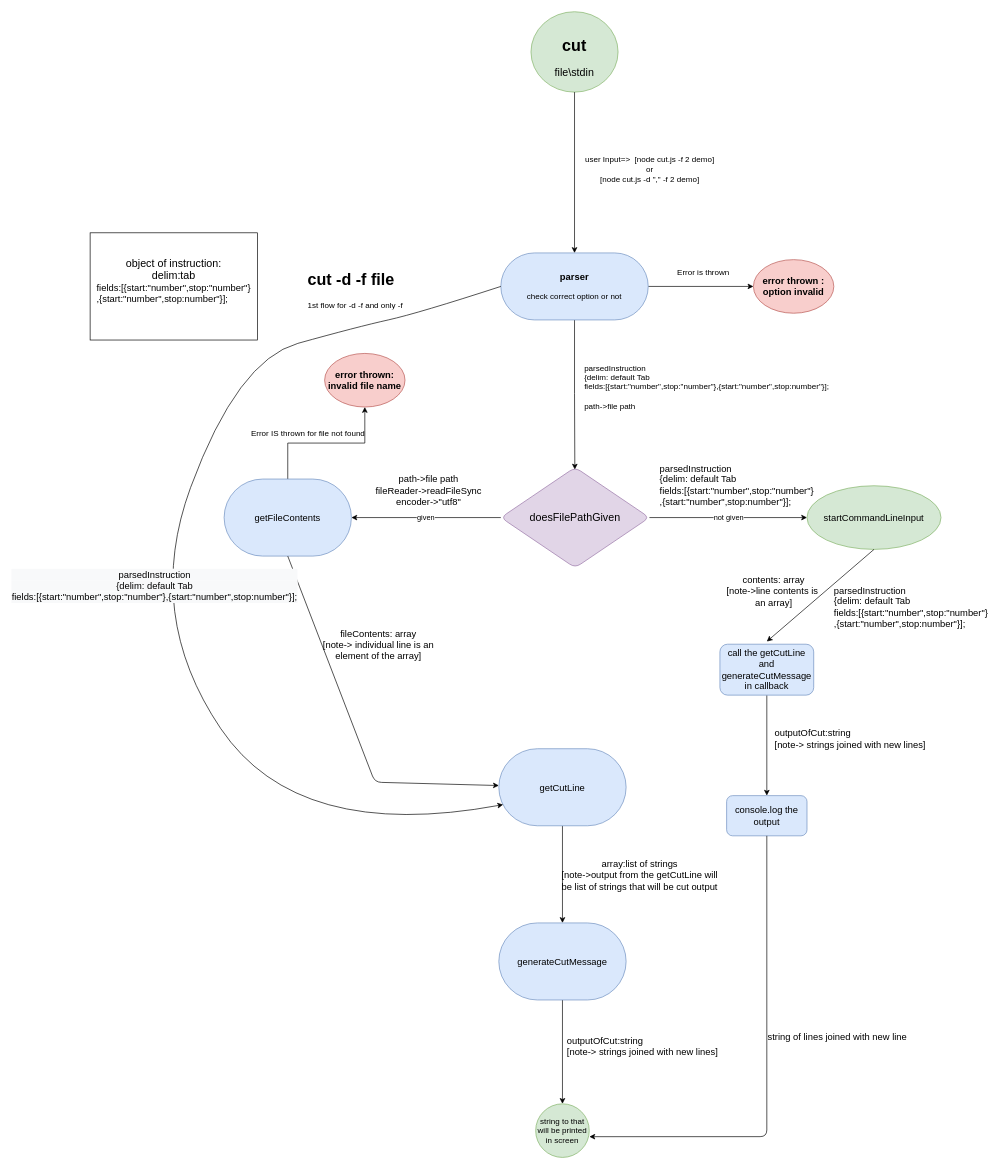
step-batch-7/jsTools-unphydra keeps this draw.io diagram as docs/Untitled Diagram.drawio. Above is the earlier version. Source tidied: cells renumbered, new cells numbered last; positions are measured from the earlier drawing's top-left corner, leaving out a move shared by most shapes. Both pictures are drawn from the tidied source at 67%, with x=0, y=0 at pixel (90, 11).
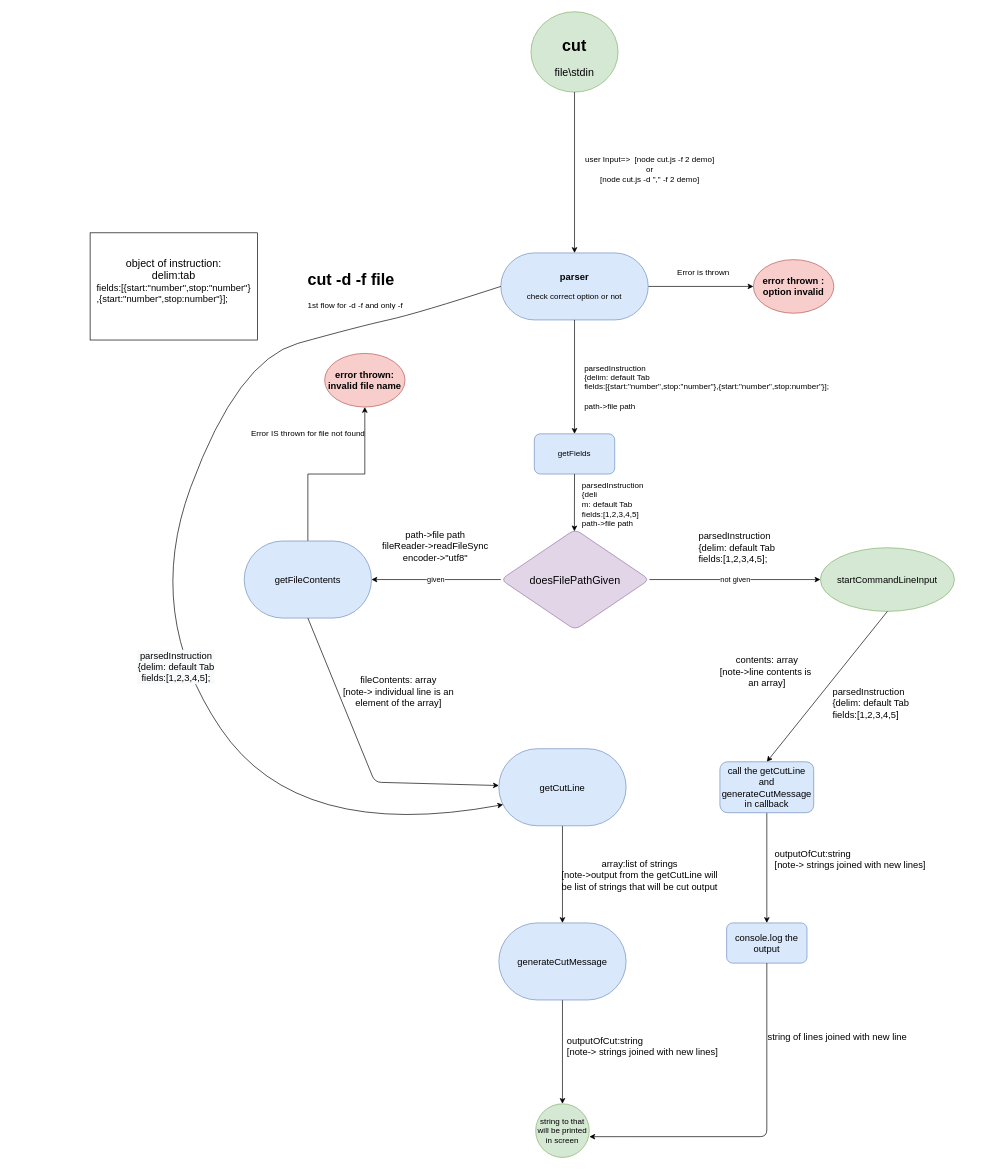
After the change.

Commit message (it also covers changes not shown here):
todo is added for the plan, png for xmind and draw.io are also added

Unchanged cells that the change refers to:
```xml
<mxCell id="5" value="&lt;h3&gt;parser&lt;/h3&gt;&lt;div&gt;check correct option or not&lt;/div&gt;&lt;div&gt;&lt;br&gt;&lt;/div&gt;" style="rounded=1;whiteSpace=wrap;html=1;fillColor=#dae8fc;strokeColor=#6c8ebf;arcSize=50;" parent="1" vertex="1">
  <mxGeometry x="613" y="360" width="220" height="100" as="geometry" />
</mxCell>
<mxCell id="15" value="&lt;font style=&quot;font-size: 14px&quot;&gt;getCutLine&lt;/font&gt;" style="rounded=1;whiteSpace=wrap;html=1;fillColor=#dae8fc;strokeColor=#6c8ebf;arcSize=50;" parent="1" vertex="1">
  <mxGeometry x="610" y="1100" width="190" height="115" as="geometry" />
</mxCell>
```

Diff of the diagram source:
```diff
@@
-    <mxCell id="4" style="edgeStyle=orthogonalEdgeStyle;rounded=0;jettySize=auto;html=1;entryX=0.498;entryY=0.022;entryDx=0;entryDy=0;entryPerimeter=0;" parent="1" edge="1" source="5" target="10">
-      <mxGeometry relative="1" as="geometry" />
-    </mxCell>
@@
     <mxCell id="10" value="&lt;span style=&quot;font-size: 16px&quot;&gt;doesFilePathGiven&lt;/span&gt;" style="rhombus;whiteSpace=wrap;html=1;rounded=1;shadow=0;glass=0;comic=0;fillColor=#e1d5e7;strokeColor=#9673a6;" parent="1" vertex="1">
-      <mxGeometry x="613" y="680" width="221.8" height="150" as="geometry" />
+      <mxGeometry x="613" y="772.5" width="221.8" height="150" as="geometry" />
     </mxCell>
@@
     <mxCell id="13" value="&lt;font style=&quot;font-size: 14px&quot;&gt;getFileContents&lt;/font&gt;" style="rounded=1;whiteSpace=wrap;html=1;fillColor=#dae8fc;strokeColor=#6c8ebf;arcSize=50;" parent="1" vertex="1">
-      <mxGeometry x="200" y="697.5" width="190" height="115" as="geometry" />
+      <mxGeometry x="230" y="790" width="190" height="115" as="geometry" />
     </mxCell>
@@
     <mxCell id="19" value="&lt;font style=&quot;font-size: 14px&quot;&gt;startCommandLineInput&lt;/font&gt;" style="ellipse;whiteSpace=wrap;html=1;fillColor=#d5e8d4;strokeColor=#82b366;" parent="1" vertex="1">
-      <mxGeometry x="1070" y="707.5" width="200" height="95" as="geometry" />
+      <mxGeometry x="1090" y="800" width="200" height="95" as="geometry" />
     </mxCell>
-    <mxCell id="20" value="&lt;div style=&quot;background-color: rgb(248 , 249 , 250)&quot;&gt;&lt;font style=&quot;font-size: 14px&quot;&gt;parsedInstruction&lt;/font&gt;&lt;/div&gt;&lt;div style=&quot;background-color: rgb(248 , 249 , 250)&quot;&gt;&lt;font style=&quot;font-size: 14px&quot;&gt;{delim: default Tab&lt;/font&gt;&lt;/div&gt;&lt;div style=&quot;background-color: rgb(248 , 249 , 250)&quot;&gt;&lt;font style=&quot;font-size: 14px&quot;&gt;fields:[{start:&quot;number&quot;,stop:&quot;number&quot;},{start:&quot;number&quot;,stop:number&quot;}];&lt;/font&gt;&lt;/div&gt;" style="curved=1;endArrow=classic;html=1;fontSize=14;entryX=0.034;entryY=0.725;entryDx=0;entryDy=0;exitX=0;exitY=0.5;exitDx=0;exitDy=0;entryPerimeter=0;align=center;" parent="1" edge="1" source="5" target="15">
-      <mxGeometry relative="1" as="geometry">
+    <mxCell id="20" value="&lt;div style=&quot;background-color: rgb(248 , 249 , 250)&quot;&gt;&lt;font style=&quot;font-size: 14px&quot;&gt;parsedInstruction&lt;/font&gt;&lt;/div&gt;&lt;div style=&quot;background-color: rgb(248 , 249 , 250)&quot;&gt;&lt;font style=&quot;font-size: 14px&quot;&gt;{delim: default Tab&lt;/font&gt;&lt;/div&gt;&lt;div style=&quot;background-color: rgb(248 , 249 , 250)&quot;&gt;&lt;font style=&quot;font-size: 14px&quot;&gt;fields:[1,2,3,4,5];&lt;/font&gt;&lt;/div&gt;" style="curved=1;endArrow=classic;html=1;fontSize=14;entryX=0.034;entryY=0.725;entryDx=0;entryDy=0;exitX=0;exitY=0.5;exitDx=0;exitDy=0;entryPerimeter=0;align=center;" parent="1" edge="1" source="5" target="15">
+      <mxGeometry x="0.18" y="-3" relative="1" as="geometry">
         <Array as="points">
           <mxPoint x="490" y="450" />
           <mxPoint x="400" y="470" />
           <mxPoint x="220" y="520" />
           <mxPoint x="80" y="900" />
           <mxPoint x="310" y="1240" />
         </Array>
+        <mxPoint x="-1" as="offset" />
       </mxGeometry>
     </mxCell>
@@
-    <mxCell id="22" style="endArrow=classic;html=1;exitX=0.5;exitY=1;exitDx=0;exitDy=0;" parent="1" edge="1" source="19">
-      <mxGeometry relative="1" as="geometry">
-        <mxPoint x="1010" y="940" as="targetPoint" />
-      </mxGeometry>
+    <mxCell id="22" style="endArrow=classic;html=1;exitX=0.5;exitY=1;exitDx=0;exitDy=0;entryX=0.5;entryY=0;entryDx=0;entryDy=0;" parent="1" edge="1" source="19" target="24">
+      <mxGeometry relative="1" as="geometry" />
     </mxCell>
@@
     <mxCell id="24" value="&lt;font style=&quot;font-size: 14px&quot;&gt;call the getCutLine and generateCutMessage in callback&lt;/font&gt;" style="rounded=1;whiteSpace=wrap;html=1;fillColor=#dae8fc;strokeColor=#6c8ebf;" parent="1" vertex="1">
-      <mxGeometry x="940" y="944" width="140" height="76" as="geometry" />
+      <mxGeometry x="940" y="1119.5" width="140" height="76" as="geometry" />
     </mxCell>
     <mxCell id="25" value="&lt;font style=&quot;font-size: 14px&quot;&gt;console.log the output&lt;/font&gt;" style="rounded=1;whiteSpace=wrap;html=1;fillColor=#dae8fc;strokeColor=#6c8ebf;" parent="1" vertex="1">
-      <mxGeometry x="950" y="1170" width="120" height="60" as="geometry" />
+      <mxGeometry x="950" y="1360" width="120" height="60" as="geometry" />
     </mxCell>
@@
     <mxCell id="31" value="&lt;font style=&quot;font-size: 14px&quot;&gt;path-&amp;gt;file path&lt;br&gt;fileReader-&amp;gt;readFileSync&lt;br&gt;encoder-&amp;gt;&quot;utf8&quot;&lt;/font&gt;" style="text;html=1;align=center;verticalAlign=middle;" parent="1" vertex="1">
-      <mxGeometry x="420" y="690" width="170" height="50" as="geometry" />
+      <mxGeometry x="430" y="772.5" width="170" height="50" as="geometry" />
     </mxCell>
-    <mxCell id="32" value="&lt;div style=&quot;text-align: left ; font-size: 14px&quot;&gt;&lt;font style=&quot;font-size: 14px&quot;&gt;parsedInstruction&lt;/font&gt;&lt;/div&gt;&lt;div style=&quot;text-align: left ; font-size: 14px&quot;&gt;&lt;font style=&quot;font-size: 14px&quot;&gt;{delim: default Tab&lt;/font&gt;&lt;/div&gt;&lt;div style=&quot;text-align: left ; font-size: 14px&quot;&gt;&lt;font style=&quot;font-size: 14px&quot;&gt;fields:[{start:&quot;number&quot;,stop:&quot;number&quot;}&lt;/font&gt;&lt;/div&gt;&lt;div style=&quot;text-align: left ; font-size: 14px&quot;&gt;&lt;font style=&quot;font-size: 14px&quot;&gt;,{start:&quot;number&quot;,stop:number&quot;}];&lt;/font&gt;&lt;/div&gt;&lt;div style=&quot;font-size: 14px&quot;&gt;&lt;br&gt;&lt;/div&gt;" style="text;html=1;align=center;verticalAlign=middle;" parent="1" vertex="1">
-      <mxGeometry x="840" y="680" width="250" height="70" as="geometry" />
+    <mxCell id="32" value="&lt;div style=&quot;text-align: left ; font-size: 14px&quot;&gt;&lt;font style=&quot;font-size: 14px&quot;&gt;parsedInstruction&lt;/font&gt;&lt;/div&gt;&lt;div style=&quot;text-align: left ; font-size: 14px&quot;&gt;&lt;font style=&quot;font-size: 14px&quot;&gt;{delim: default Tab&lt;/font&gt;&lt;/div&gt;&lt;div style=&quot;text-align: left ; font-size: 14px&quot;&gt;&lt;font style=&quot;font-size: 14px&quot;&gt;fields:[1,2,3,4,5&lt;/font&gt;&lt;span&gt;];&lt;/span&gt;&lt;/div&gt;&lt;div style=&quot;font-size: 14px&quot;&gt;&lt;br&gt;&lt;/div&gt;" style="text;html=1;align=center;verticalAlign=middle;" parent="1" vertex="1">
+      <mxGeometry x="900" y="777.5" width="130" height="60" as="geometry" />
     </mxCell>
-    <mxCell id="33" value="&lt;div style=&quot;text-align: left ; font-size: 14px&quot;&gt;&lt;font style=&quot;font-size: 14px&quot;&gt;parsedInstruction&lt;/font&gt;&lt;/div&gt;&lt;div style=&quot;text-align: left ; font-size: 14px&quot;&gt;&lt;font style=&quot;font-size: 14px&quot;&gt;{delim: default Tab&lt;/font&gt;&lt;/div&gt;&lt;div style=&quot;text-align: left ; font-size: 14px&quot;&gt;&lt;font style=&quot;font-size: 14px&quot;&gt;fields:[{start:&quot;number&quot;,stop:&quot;number&quot;}&lt;/font&gt;&lt;/div&gt;&lt;div style=&quot;text-align: left ; font-size: 14px&quot;&gt;&lt;font style=&quot;font-size: 14px&quot;&gt;,{start:&quot;number&quot;,stop:number&quot;}];&lt;/font&gt;&lt;/div&gt;&lt;div style=&quot;font-size: 14px&quot;&gt;&lt;br&gt;&lt;/div&gt;" style="text;html=1;align=center;verticalAlign=middle;" parent="1" vertex="1">
-      <mxGeometry x="1100" y="862" width="250" height="70" as="geometry" />
+    <mxCell id="33" value="&lt;div style=&quot;text-align: left ; font-size: 14px&quot;&gt;&lt;font style=&quot;font-size: 14px&quot;&gt;parsedInstruction&lt;/font&gt;&lt;/div&gt;&lt;div style=&quot;text-align: left ; font-size: 14px&quot;&gt;&lt;font style=&quot;font-size: 14px&quot;&gt;{delim: default Tab&lt;/font&gt;&lt;/div&gt;&lt;div style=&quot;text-align: left ; font-size: 14px&quot;&gt;&lt;font style=&quot;font-size: 14px&quot;&gt;fields:[1,2,3,4,5]&lt;/font&gt;&lt;/div&gt;&lt;div style=&quot;font-size: 14px&quot;&gt;&lt;br&gt;&lt;/div&gt;" style="text;html=1;align=center;verticalAlign=middle;" parent="1" vertex="1">
+      <mxGeometry x="1100" y="1010" width="130" height="60" as="geometry" />
     </mxCell>
@@
     <mxCell id="35" value="&lt;font style=&quot;font-size: 14px&quot;&gt;fileContents: array&lt;br&gt;[note-&amp;gt; individual line is an&lt;br&gt;element of the array]&lt;/font&gt;" style="text;html=1;align=center;verticalAlign=middle;" parent="1" vertex="1">
-      <mxGeometry x="340" y="920" width="180" height="50" as="geometry" />
+      <mxGeometry x="370" y="990" width="180" height="50" as="geometry" />
     </mxCell>
     <mxCell id="36" value="&lt;font style=&quot;font-size: 14px&quot;&gt;contents: array&lt;br&gt;[note-&amp;gt;line contents is&amp;nbsp;&lt;br&gt;an array]&lt;/font&gt;" style="text;html=1;align=center;verticalAlign=middle;" parent="1" vertex="1">
-      <mxGeometry x="940" y="840" width="160" height="50" as="geometry" />
+      <mxGeometry x="930" y="960" width="160" height="50" as="geometry" />
     </mxCell>
     <mxCell id="37" value="&lt;font style=&quot;font-size: 14px&quot;&gt;outputOfCut:string&lt;br&gt;[note-&amp;gt; strings joined with new lines]&lt;/font&gt;" style="text;html=1;align=left;verticalAlign=middle;" parent="1" vertex="1">
-      <mxGeometry x="1020" y="1070" width="240" height="30" as="geometry" />
+      <mxGeometry x="1020" y="1250" width="240" height="30" as="geometry" />
     </mxCell>
@@
+    <mxCell id="42" value="getFields" style="rounded=1;whiteSpace=wrap;html=1;fillColor=#dae8fc;strokeColor=#6c8ebf;" parent="1" vertex="1">
+      <mxGeometry x="663" y="630" width="120" height="60" as="geometry" />
+    </mxCell>
+    <mxCell id="43" style="endArrow=classic;html=1;exitX=0.5;exitY=1;exitDx=0;exitDy=0;entryX=0.5;entryY=0;entryDx=0;entryDy=0;" parent="1" edge="1" source="5" target="42">
+      <mxGeometry relative="1" as="geometry" />
+    </mxCell>
+    <mxCell id="44" style="endArrow=classic;html=1;exitX=0.5;exitY=1;exitDx=0;exitDy=0;entryX=0.495;entryY=0.02;entryDx=0;entryDy=0;entryPerimeter=0;" parent="1" edge="1" source="42" target="10">
+      <mxGeometry relative="1" as="geometry" />
+    </mxCell>
+    <mxCell id="45" value="&lt;div style=&quot;text-align: left&quot;&gt;parsedInstruction&lt;/div&gt;&lt;div style=&quot;text-align: left&quot;&gt;{deli&lt;/div&gt;&lt;div style=&quot;text-align: left&quot;&gt;m: default Tab&lt;/div&gt;&lt;div style=&quot;text-align: left&quot;&gt;fields:[1,2,3,4,5]&lt;/div&gt;&lt;div style=&quot;text-align: left&quot;&gt;path-&amp;gt;file path&lt;/div&gt;" style="text;html=1;align=center;verticalAlign=middle;" parent="1" vertex="1">
+      <mxGeometry x="724.8" y="700" width="110" height="70" as="geometry" />
+    </mxCell>
```
